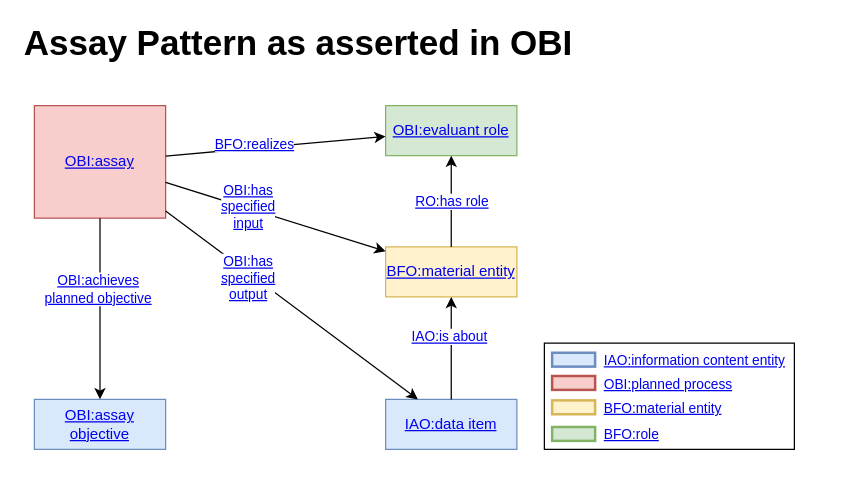
The draw.io diagram page "OBI Assay Pattern" (2 of 4) of docs/images/VIBSO_T-Box_graph_views.drawio in NFDI4Chem/VibrationalSpectroscopyOntology, before the edit. Source tidied: cells renumbered, new cells numbered last; positions are measured from the earlier drawing's top-left corner, leaving out a move shared by most shapes. Both pictures are drawn from the tidied source at 125%, with x=0, y=0 at pixel (21, 24).
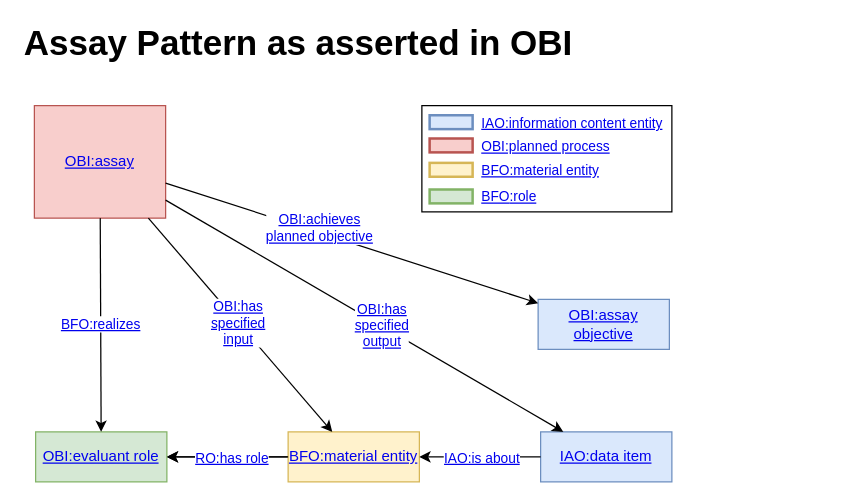
Above is the later version.

The change refers to these unchanged cells:
```xml
<mxCell id="6" style="rounded=0;jettySize=auto;html=1;jumpStyle=arc;" parent="1" edge="1" source="4" target="5">
  <mxGeometry relative="1" as="geometry" />
</mxCell>
<mxCell id="9" style="rounded=0;jettySize=auto;html=1;" parent="1" edge="1" source="4" target="8">
  <mxGeometry relative="1" as="geometry" />
</mxCell>
<mxCell id="12" style="rounded=0;jettySize=auto;html=1;" parent="1" edge="1" source="8" target="11">
  <mxGeometry relative="1" as="geometry" />
</mxCell>
<mxCell id="14" style="rounded=0;jettySize=auto;html=1;jumpStyle=arc;" parent="1" edge="1" source="4" target="11">
  <mxGeometry relative="1" as="geometry" />
</mxCell>
<mxCell id="17" style="rounded=0;jettySize=auto;html=1;" parent="1" edge="1" source="4" target="16">
  <mxGeometry relative="1" as="geometry" />
</mxCell>
<mxCell id="19" style="rounded=0;jettySize=auto;html=1;jumpStyle=arc;strokeColor=#000000;fontColor=#000000;" parent="1" edge="1" source="5" target="8">
  <mxGeometry relative="1" as="geometry" />
</mxCell>
```

The edit, as a diff of the source:
```diff
@@
     <mxCell id="3" style="edgeStyle=none;rounded=0;orthogonalLoop=1;jettySize=auto;html=1;exitX=1;exitY=0.25;exitDx=0;exitDy=0;fontSize=12;" parent="1" edge="1">
       <mxGeometry relative="1" as="geometry">
-        <mxPoint x="384" y="236" as="sourcePoint" />
-        <mxPoint x="384" y="236" as="targetPoint" />
+        <mxPoint x="385" y="254" as="sourcePoint" />
+        <mxPoint x="385" y="254" as="targetPoint" />
       </mxGeometry>
     </mxCell>
@@
     <mxCell id="5" value="&lt;div&gt;&lt;a href=&quot;https://terminology.nfdi4chem.de/ts/ontologies/vibso/terms?iri=http%3A%2F%2Fpurl.obolibrary.org%2Fobo%2FIAO_0000027&quot;&gt;IAO:data item&lt;/a&gt;&lt;/div&gt;" style="rounded=0;whiteSpace=wrap;html=1;fillColor=#dae8fc;strokeColor=#6c8ebf;arcSize=15;glass=0;shadow=0;" parent="1" vertex="1">
-      <mxGeometry x="291" y="300" width="105" height="40" as="geometry" />
+      <mxGeometry x="415" y="326" width="105" height="40" as="geometry" />
     </mxCell>
@@
     <mxCell id="7" value="&lt;div&gt;&lt;a href=&quot;https://terminology.nfdi4chem.de/ts/ontologies/obi/props?iri=http%3A%2F%2Fpurl.obolibrary.org%2Fobo%2FOBI_0000299&quot;&gt;OBI:has &lt;br&gt;&lt;/a&gt;&lt;/div&gt;&lt;div&gt;&lt;a href=&quot;https://terminology.nfdi4chem.de/ts/ontologies/obi/props?iri=http%3A%2F%2Fpurl.obolibrary.org%2Fobo%2FOBI_0000299&quot;&gt;specified &lt;br&gt;&lt;/a&gt;&lt;/div&gt;&lt;div&gt;&lt;a href=&quot;https://terminology.nfdi4chem.de/ts/ontologies/obi/props?iri=http%3A%2F%2Fpurl.obolibrary.org%2Fobo%2FOBI_0000299&quot;&gt;output&lt;/a&gt;&lt;/div&gt;" style="edgeLabel;html=1;align=center;verticalAlign=middle;" parent="6" vertex="1">
       <mxGeometry x="-0.22" y="2" relative="1" as="geometry">
-        <mxPoint x="-14" y="-4" as="offset" />
+        <mxPoint x="47" y="29" as="offset" />
       </mxGeometry>
     </mxCell>
+    <mxCell id="31" style="edgeStyle=orthogonalEdgeStyle;rounded=0;jettySize=auto;html=1;" parent="1" edge="1" source="8">
+      <mxGeometry relative="1" as="geometry">
+        <mxPoint x="116" y="346" as="targetPoint" />
+      </mxGeometry>
+    </mxCell>
     <mxCell id="8" value="&lt;a href=&quot;https://terminology.nfdi4chem.de/ts/ontologies/bfo/terms?iri=http%3A%2F%2Fpurl.obolibrary.org%2Fobo%2FBFO_0000040&quot;&gt;BFO:material entity&lt;/a&gt;" style="rounded=0;whiteSpace=wrap;html=1;fillColor=#fff2cc;strokeColor=#d6b656;" parent="1" vertex="1">
-      <mxGeometry x="291" y="178" width="105" height="40" as="geometry" />
+      <mxGeometry x="213" y="326" width="105" height="40" as="geometry" />
     </mxCell>
@@
     <mxCell id="10" value="&lt;div class=&quot;node-metadata-label&quot;&gt;&lt;/div&gt;&lt;div class=&quot;col-sm-8 col-md-9 node-metadata-value&quot;&gt;&lt;a href=&quot;https://terminology.nfdi4chem.de/ts/ontologies/obi/props?iri=http%3A%2F%2Fpurl.obolibrary.org%2Fobo%2FOBI_0000293&quot;&gt;OBI:has &lt;br&gt;&lt;/a&gt;&lt;/div&gt;&lt;div class=&quot;col-sm-8 col-md-9 node-metadata-value&quot;&gt;&lt;a href=&quot;https://terminology.nfdi4chem.de/ts/ontologies/obi/props?iri=http%3A%2F%2Fpurl.obolibrary.org%2Fobo%2FOBI_0000293&quot;&gt;specified &lt;br&gt;&lt;/a&gt;&lt;/div&gt;&lt;div class=&quot;col-sm-8 col-md-9 node-metadata-value&quot;&gt;&lt;a href=&quot;https://terminology.nfdi4chem.de/ts/ontologies/obi/props?iri=http%3A%2F%2Fpurl.obolibrary.org%2Fobo%2FOBI_0000293&quot;&gt;input&lt;/a&gt;&lt;/div&gt;" style="edgeLabel;html=1;align=center;verticalAlign=middle;" parent="9" vertex="1">
       <mxGeometry x="-0.42" y="-1" relative="1" as="geometry">
-        <mxPoint x="15" y="2" as="offset" />
+        <mxPoint x="30" y="34" as="offset" />
       </mxGeometry>
     </mxCell>
     <mxCell id="11" value="&lt;a href=&quot;https://terminology.nfdi4chem.de/ts/ontologies/obi/terms?iri=http%3A%2F%2Fpurl.obolibrary.org%2Fobo%2FOBI_0000067&quot;&gt;OBI:evaluant role&lt;/a&gt;" style="rounded=0;whiteSpace=wrap;html=1;fillColor=#d5e8d4;strokeColor=#82b366;" parent="1" vertex="1">
-      <mxGeometry x="291" y="65" width="105" height="40" as="geometry" />
+      <mxGeometry x="11" y="326" width="105" height="40" as="geometry" />
     </mxCell>
@@
     <mxCell id="13" value="&lt;a href=&quot;https://terminology.nfdi4chem.de/ts/ontologies/ro/props?iri=http%3A%2F%2Fpurl.obolibrary.org%2Fobo%2FRO_0000087&quot;&gt;RO:has role&lt;/a&gt;" style="edgeLabel;html=1;align=center;verticalAlign=middle;" parent="12" vertex="1">
       <mxGeometry x="-0.32" y="4" relative="1" as="geometry">
-        <mxPoint x="4" y="-12" as="offset" />
+        <mxPoint x="-13" y="-4" as="offset" />
       </mxGeometry>
     </mxCell>
@@
     <mxCell id="15" value="&lt;a href=&quot;https://terminology.nfdi4chem.de/ts/ontologies/ro/props?iri=http%3A%2F%2Fpurl.obolibrary.org%2Fobo%2FBFO_0000055&quot;&gt;BFO:realizes&lt;/a&gt;" style="edgeLabel;html=1;align=center;verticalAlign=middle;" parent="14" vertex="1">
       <mxGeometry x="-0.31" y="2" relative="1" as="geometry">
-        <mxPoint x="10" y="-2" as="offset" />
+        <mxPoint x="-2" y="26" as="offset" />
       </mxGeometry>
     </mxCell>
     <mxCell id="16" value="&lt;a href=&quot;https://terminology.nfdi4chem.de/ts/ontologies/obi/terms?iri=http%3A%2F%2Fpurl.obolibrary.org%2Fobo%2FOBI_0000441&quot;&gt;OBI:assay objective&lt;/a&gt;" style="rounded=0;whiteSpace=wrap;html=1;fillColor=#dae8fc;strokeColor=#6c8ebf;" parent="1" vertex="1">
-      <mxGeometry x="10" y="300" width="105" height="40" as="geometry" />
+      <mxGeometry x="413" y="220" width="105" height="40" as="geometry" />
     </mxCell>
@@
     <mxCell id="18" value="&lt;div&gt;&lt;a href=&quot;https://terminology.nfdi4chem.de/ts/ontologies/obi/props?iri=http%3A%2F%2Fpurl.obolibrary.org%2Fobo%2FOBI_0000417&quot;&gt;OBI:achieves&lt;/a&gt;&lt;/div&gt;&lt;div&gt;&lt;a href=&quot;https://terminology.nfdi4chem.de/ts/ontologies/obi/props?iri=http%3A%2F%2Fpurl.obolibrary.org%2Fobo%2FOBI_0000417&quot;&gt;planned objective&lt;/a&gt;&lt;br&gt;&lt;/div&gt;" style="edgeLabel;html=1;align=center;verticalAlign=middle;" parent="17" vertex="1">
       <mxGeometry x="-0.29" y="-4" relative="1" as="geometry">
-        <mxPoint x="2" y="5" as="offset" />
+        <mxPoint x="18" y="-2" as="offset" />
       </mxGeometry>
     </mxCell>
@@
     <mxCell id="20" value="&lt;div&gt;&lt;a href=&quot;https://terminology.nfdi4chem.de/ts/ontologies/iao/props?iri=http%3A%2F%2Fpurl.obolibrary.org%2Fobo%2FIAO_0000136&quot;&gt;IAO:is about&lt;/a&gt;&lt;/div&gt;" style="edgeLabel;html=1;align=center;verticalAlign=middle;fontColor=#000000;" parent="19" vertex="1">
       <mxGeometry x="0.23" y="-2" relative="1" as="geometry">
-        <mxPoint x="-4" y="-1" as="offset" />
+        <mxPoint x="12" y="2" as="offset" />
       </mxGeometry>
     </mxCell>
-    <mxCell id="21" style="group;" parent="1" vertex="1">
-      <mxGeometry x="418" y="255" width="227" height="85" as="geometry" />
-    </mxCell>
+    <mxCell id="32" style="group;" parent="1" vertex="1">
+      <mxGeometry x="320" y="65" width="200" height="85" as="geometry" />
+    </mxCell>
-    <mxCell id="22" style="rounded=0;whiteSpace=wrap;html=1;fillColor=none;" parent="21" vertex="1">
+    <mxCell id="22" style="rounded=0;whiteSpace=wrap;html=1;fillColor=none;" parent="32" vertex="1">
       <mxGeometry width="200" height="85" as="geometry" />
     </mxCell>
-    <mxCell id="23" value="&lt;div style=&quot;font-size: 11px;&quot;&gt;&lt;br style=&quot;font-size: 11px;&quot;&gt;&lt;/div&gt;" style="rounded=0;whiteSpace=wrap;html=1;glass=0;fillColor=#dae8fc;fontStyle=1;fontSize=11;shadow=0;strokeColor=#6c8ebf;strokeWidth=2;" parent="21" vertex="1">
+    <mxCell id="23" value="&lt;div style=&quot;font-size: 11px;&quot;&gt;&lt;br style=&quot;font-size: 11px;&quot;&gt;&lt;/div&gt;" style="rounded=0;whiteSpace=wrap;html=1;glass=0;fillColor=#dae8fc;fontStyle=1;fontSize=11;shadow=0;strokeColor=#6c8ebf;strokeWidth=2;" parent="32" vertex="1">
       <mxGeometry x="6.2" y="7.7" width="34.4" height="11.1" as="geometry" />
     </mxCell>
-    <mxCell id="24" value="&lt;div style=&quot;font-size: 11px;&quot;&gt;&lt;br style=&quot;font-size: 11px;&quot;&gt;&lt;/div&gt;" style="rounded=0;whiteSpace=wrap;html=1;glass=0;fillColor=#f8cecc;fontStyle=1;fontSize=11;shadow=0;strokeColor=#b85450;strokeWidth=2;" parent="21" vertex="1">
+    <mxCell id="24" value="&lt;div style=&quot;font-size: 11px;&quot;&gt;&lt;br style=&quot;font-size: 11px;&quot;&gt;&lt;/div&gt;" style="rounded=0;whiteSpace=wrap;html=1;glass=0;fillColor=#f8cecc;fontStyle=1;fontSize=11;shadow=0;strokeColor=#b85450;strokeWidth=2;" parent="32" vertex="1">
       <mxGeometry x="6.2" y="26.3" width="34.4" height="11.1" as="geometry" />
     </mxCell>
-    <mxCell id="25" value="&lt;a style=&quot;background-color: initial;&quot; href=&quot;https://terminology.nfdi4chem.de/ts/ontologies/obi/terms?iri=http%3A%2F%2Fpurl.obolibrary.org%2Fobo%2FOBI_0000011&quot;&gt;OBI:planned process&lt;/a&gt;" style="text;html=1;strokeColor=none;fillColor=none;align=left;verticalAlign=middle;whiteSpace=wrap;rounded=0;fontSize=11;" parent="21" vertex="1">
-      <mxGeometry x="46.2" y="26.3" width="168.8" height="13" as="geometry" />
+    <mxCell id="25" value="&lt;a style=&quot;background-color: initial;&quot; href=&quot;https://terminology.nfdi4chem.de/ts/ontologies/obi/terms?iri=http%3A%2F%2Fpurl.obolibrary.org%2Fobo%2FOBI_0000011&quot;&gt;OBI:planned process&lt;/a&gt;" style="text;html=1;strokeColor=none;fillColor=none;align=left;verticalAlign=middle;whiteSpace=wrap;rounded=0;fontSize=11;" parent="32" vertex="1">
+      <mxGeometry x="46.2" y="26.3" width="147.8" height="13" as="geometry" />
     </mxCell>
-    <mxCell id="26" value="&lt;div style=&quot;font-size: 11px;&quot;&gt;&lt;br style=&quot;font-size: 11px;&quot;&gt;&lt;/div&gt;" style="rounded=0;whiteSpace=wrap;html=1;glass=0;fillColor=#fff2cc;fontStyle=1;fontSize=11;shadow=0;strokeColor=#d6b656;strokeWidth=2;" parent="21" vertex="1">
+    <mxCell id="26" value="&lt;div style=&quot;font-size: 11px;&quot;&gt;&lt;br style=&quot;font-size: 11px;&quot;&gt;&lt;/div&gt;" style="rounded=0;whiteSpace=wrap;html=1;glass=0;fillColor=#fff2cc;fontStyle=1;fontSize=11;shadow=0;strokeColor=#d6b656;strokeWidth=2;" parent="32" vertex="1">
       <mxGeometry x="6.2" y="45.8" width="34.4" height="11.1" as="geometry" />
     </mxCell>
-    <mxCell id="27" value="&lt;a href=&quot;https://terminology.nfdi4chem.de/ts/ontologies/bfo/terms?iri=http%3A%2F%2Fpurl.obolibrary.org%2Fobo%2FBFO_0000040&quot;&gt;BFO:material entity&lt;/a&gt;" style="text;html=1;strokeColor=none;fillColor=none;align=left;verticalAlign=middle;whiteSpace=wrap;rounded=0;fontSize=11;" parent="21" vertex="1">
+    <mxCell id="27" value="&lt;a href=&quot;https://terminology.nfdi4chem.de/ts/ontologies/bfo/terms?iri=http%3A%2F%2Fpurl.obolibrary.org%2Fobo%2FBFO_0000040&quot;&gt;BFO:material entity&lt;/a&gt;" style="text;html=1;strokeColor=none;fillColor=none;align=left;verticalAlign=middle;whiteSpace=wrap;rounded=0;fontSize=11;" parent="32" vertex="1">
       <mxGeometry x="46.2" y="45.8" width="148.8" height="13" as="geometry" />
     </mxCell>
-    <mxCell id="28" value="&lt;div style=&quot;font-size: 11px;&quot;&gt;&lt;br style=&quot;font-size: 11px;&quot;&gt;&lt;/div&gt;" style="rounded=0;whiteSpace=wrap;html=1;glass=0;fillColor=#d5e8d4;fontStyle=1;fontSize=11;shadow=0;strokeColor=#82b366;strokeWidth=2;" parent="21" vertex="1">
+    <mxCell id="28" value="&lt;div style=&quot;font-size: 11px;&quot;&gt;&lt;br style=&quot;font-size: 11px;&quot;&gt;&lt;/div&gt;" style="rounded=0;whiteSpace=wrap;html=1;glass=0;fillColor=#d5e8d4;fontStyle=1;fontSize=11;shadow=0;strokeColor=#82b366;strokeWidth=2;" parent="32" vertex="1">
       <mxGeometry x="6.2" y="67.1" width="34.4" height="11.1" as="geometry" />
     </mxCell>
-    <mxCell id="29" value="&lt;span style=&quot;background-color: initial;&quot;&gt;&lt;a href=&quot;https://terminology.nfdi4chem.de/ts/ontologies/bfo/terms?iri=http%3A%2F%2Fpurl.obolibrary.org%2Fobo%2FBFO_0000023&quot;&gt;BFO&lt;/a&gt;&lt;/span&gt;&lt;a style=&quot;background-color: initial;&quot; href=&quot;https://terminology.nfdi4chem.de/ts/ontologies/bfo/terms?iri=http%3A%2F%2Fpurl.obolibrary.org%2Fobo%2FBFO_0000023&quot;&gt;:role&lt;/a&gt;&lt;br&gt;&lt;div style=&quot;font-size: 11px;&quot;&gt;&lt;span style=&quot;font-size: 11px;&quot;&gt;&lt;/span&gt;&lt;/div&gt;&lt;div style=&quot;font-size: 11px;&quot;&gt;&lt;/div&gt;" style="text;html=1;strokeColor=none;fillColor=none;align=left;verticalAlign=middle;whiteSpace=wrap;rounded=0;fontSize=11;" parent="21" vertex="1">
+    <mxCell id="29" value="&lt;span style=&quot;background-color: initial;&quot;&gt;&lt;a href=&quot;https://terminology.nfdi4chem.de/ts/ontologies/bfo/terms?iri=http%3A%2F%2Fpurl.obolibrary.org%2Fobo%2FBFO_0000023&quot;&gt;BFO&lt;/a&gt;&lt;/span&gt;&lt;a style=&quot;background-color: initial;&quot; href=&quot;https://terminology.nfdi4chem.de/ts/ontologies/bfo/terms?iri=http%3A%2F%2Fpurl.obolibrary.org%2Fobo%2FBFO_0000023&quot;&gt;:role&lt;/a&gt;&lt;br&gt;&lt;div style=&quot;font-size: 11px;&quot;&gt;&lt;span style=&quot;font-size: 11px;&quot;&gt;&lt;/span&gt;&lt;/div&gt;&lt;div style=&quot;font-size: 11px;&quot;&gt;&lt;/div&gt;" style="text;html=1;strokeColor=none;fillColor=none;align=left;verticalAlign=middle;whiteSpace=wrap;rounded=0;fontSize=11;" parent="32" vertex="1">
       <mxGeometry x="46.2" y="66.2" width="119.8" height="13" as="geometry" />
     </mxCell>
-    <mxCell id="30" value="&lt;div style=&quot;font-size: 11px;&quot;&gt;&lt;a href=&quot;https://terminology.nfdi4chem.de/ts/ontologies/iao/terms?iri=http%3A%2F%2Fpurl.obolibrary.org%2Fobo%2FIAO_0000030&quot;&gt;IAO:information content entity&lt;/a&gt;&lt;br&gt;&lt;/div&gt;" style="text;html=1;strokeColor=none;fillColor=none;align=left;verticalAlign=middle;whiteSpace=wrap;rounded=0;fontSize=11;" parent="21" vertex="1">
-      <mxGeometry x="46.2" y="7.7" width="180.8" height="13" as="geometry" />
+    <mxCell id="30" value="&lt;div style=&quot;font-size: 11px;&quot;&gt;&lt;a href=&quot;https://terminology.nfdi4chem.de/ts/ontologies/iao/terms?iri=http%3A%2F%2Fpurl.obolibrary.org%2Fobo%2FIAO_0000030&quot;&gt;IAO:information content entity&lt;/a&gt;&lt;br&gt;&lt;/div&gt;" style="text;html=1;strokeColor=none;fillColor=none;align=left;verticalAlign=middle;whiteSpace=wrap;rounded=0;fontSize=11;" parent="32" vertex="1">
+      <mxGeometry x="46.2" y="7.7" width="152.8" height="13" as="geometry" />
     </mxCell>
```
